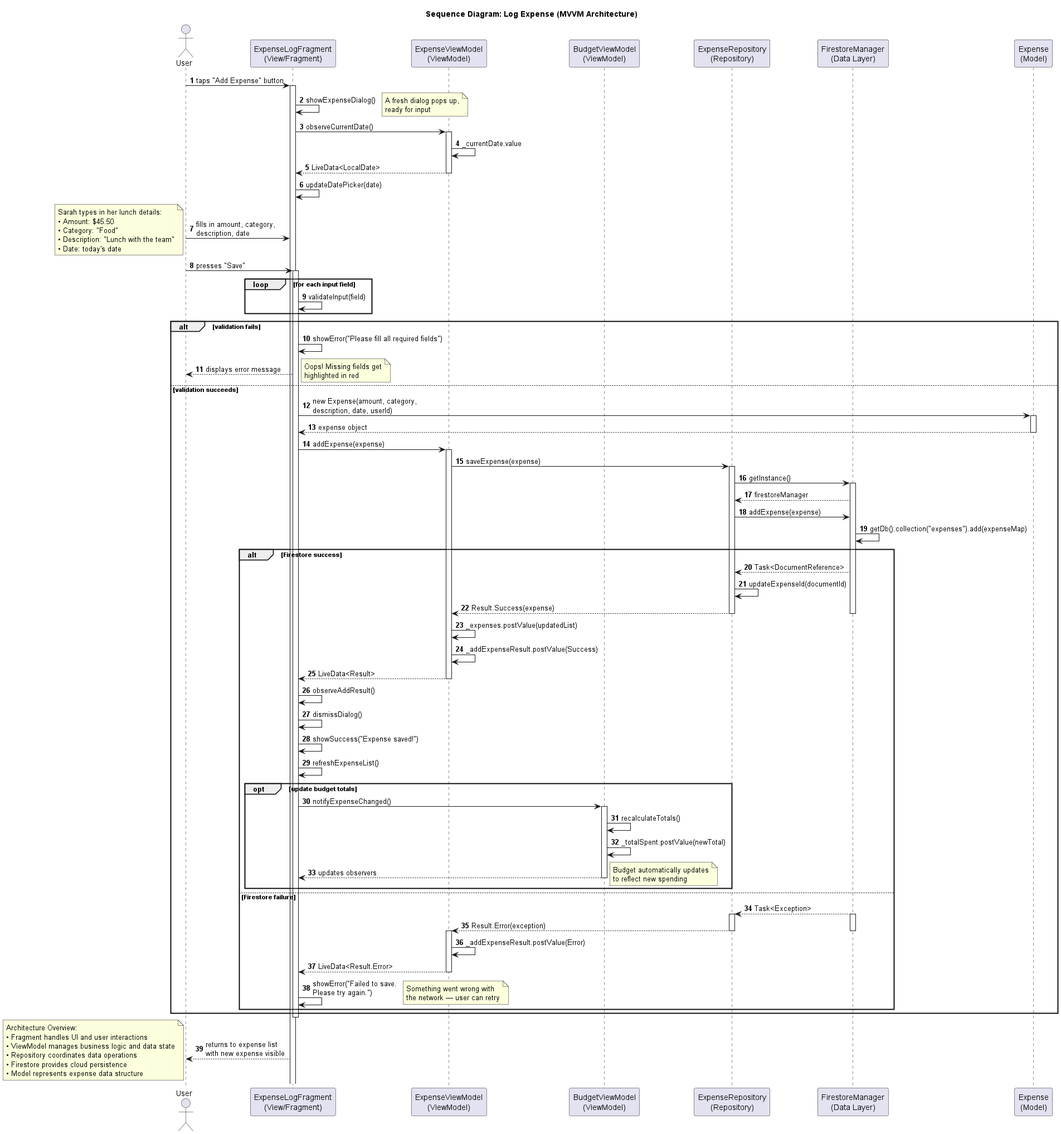
Earlier version of the PlantUML export Project/Sprint0.5-main/docs/sequence/log_expense_sequence.png (jmsherrier/finance-tracker).
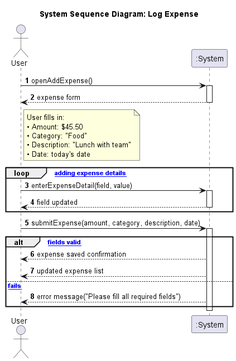
The same file after the commit.

What changed in the source:
```diff
@@ -1,128 +1,45 @@
 @startuml
-title Sequence Diagram: Log Expense (MVVM Architecture)
+title System Sequence Diagram: Log Expense
 autonumber
 
 note top
-    Joseph — Sprint 2
-    Tracking how a lunch expense gets logged in the system
+    System Sequence Diagram for Expense Tracking App
+    Shows user interaction with system as a black box
 end note
 
-actor User
-participant ExpenseLog as "ExpenseLogFragment\n(View/Fragment)"
-participant ExpenseVM as "ExpenseViewModel\n(ViewModel)"
-participant BudgetVM as "BudgetViewModel\n(ViewModel)"
-participant ExpenseRepo as "ExpenseRepository\n(Repository)"
-participant Firestore as "FirestoreManager\n(Data Layer)"
-participant ExpenseModel as "Expense\n(Model)"
+actor "User" as User
+participant ":System" as System
 
-User -> ExpenseLog: taps "Add Expense" button
-activate ExpenseLog
-ExpenseLog -> ExpenseLog: showExpenseDialog()
-note right: A fresh dialog pops up,\nready for input
+User -> System: openAddExpense()
+activate System
+System --> User: expense form
+deactivate System
 
-ExpenseLog -> ExpenseVM: observeCurrentDate()
-activate ExpenseVM
-ExpenseVM -> ExpenseVM: _currentDate.value
-ExpenseVM --> ExpenseLog: LiveData<LocalDate>
-deactivate ExpenseVM
-ExpenseLog -> ExpenseLog: updateDatePicker(date)
-
-User -> ExpenseLog: fills in amount, category,\ndescription, date
-note left
-    Sarah types in her lunch details:
+note right of User
+    User fills in:
     • Amount: $45.50
     • Category: "Food"
-    • Description: "Lunch with the team"
+    • Description: "Lunch with team"
     • Date: today's date
 end note
 
-User -> ExpenseLog: presses "Save"
-activate ExpenseLog
-
-loop for each input field
-    ExpenseLog -> ExpenseLog: validateInput(field)
+loop [while adding expense details]
+    User -> System: enterExpenseDetail(field, value)
+    activate System
+    System --> User: field updated
+    deactivate System
 end
 
-alt validation fails
-    ExpenseLog -> ExpenseLog: showError("Please fill all required fields")
-    ExpenseLog --> User: displays error message
-    note right: Oops! Missing fields get\nhighlighted in red
-else validation succeeds
+User -> System: submitExpense(amount, category, description, date)
+activate System
 
-    ExpenseLog -> ExpenseModel: new Expense(amount, category,\ndescription, date, userId)
-    activate ExpenseModel
-    ExpenseModel --> ExpenseLog: expense object
-    deactivate ExpenseModel
-
-    ExpenseLog -> ExpenseVM: addExpense(expense)
-    activate ExpenseVM
-
-    ExpenseVM -> ExpenseRepo: saveExpense(expense)
-    activate ExpenseRepo
-
-    ExpenseRepo -> Firestore: getInstance()
-    activate Firestore
-    Firestore --> ExpenseRepo: firestoreManager
-
-    ExpenseRepo -> Firestore: addExpense(expense)
-    Firestore -> Firestore: getDb().collection("expenses").add(expenseMap)
-
-    alt Firestore success
-        Firestore --> ExpenseRepo: Task<DocumentReference>
-        ExpenseRepo -> ExpenseRepo: updateExpenseId(documentId)
-        ExpenseRepo --> ExpenseVM: Result.Success(expense)
-        deactivate Firestore
-        deactivate ExpenseRepo
-
-        ExpenseVM -> ExpenseVM: _expenses.postValue(updatedList)
-        ExpenseVM -> ExpenseVM: _addExpenseResult.postValue(Success)
-        ExpenseVM --> ExpenseLog: LiveData<Result>
-        deactivate ExpenseVM
-
-        ExpenseLog -> ExpenseLog: observeAddResult()
-        ExpenseLog -> ExpenseLog: dismissDialog()
-        ExpenseLog -> ExpenseLog: showSuccess("Expense saved!")
-        ExpenseLog -> ExpenseLog: refreshExpenseList()
-
-        opt update budget totals
-            ExpenseLog -> BudgetVM: notifyExpenseChanged()
-            activate BudgetVM
-            BudgetVM -> BudgetVM: recalculateTotals()
-            BudgetVM -> BudgetVM: _totalSpent.postValue(newTotal)
-            BudgetVM --> ExpenseLog: updates observers
-            deactivate BudgetVM
-            note right: Budget automatically updates\nto reflect new spending
-        end
-
-    else Firestore failure
-        Firestore --> ExpenseRepo: Task<Exception>
-        activate Firestore
-        activate ExpenseRepo
-        ExpenseRepo --> ExpenseVM: Result.Error(exception)
-        deactivate Firestore
-        deactivate ExpenseRepo
-        activate ExpenseVM
-        ExpenseVM -> ExpenseVM: _addExpenseResult.postValue(Error)
-        ExpenseVM --> ExpenseLog: LiveData<Result.Error>
-        deactivate ExpenseVM
-
-        ExpenseLog -> ExpenseLog: showError("Failed to save.\nPlease try again.")
-        note right: Something went wrong with\nthe network — user can retry
-    end
-
+alt [all fields valid]
+    System --> User: expense saved confirmation
+    System --> User: updated expense list
+else [validation fails]
+    System --> User: error message("Please fill all required fields")
 end
 
-deactivate ExpenseLog
-
-ExpenseLog --> User: returns to expense list\nwith new expense visible
-
-note bottom
-    Architecture Overview:
-    • Fragment handles UI and user interactions
-    • ViewModel manages business logic and data state
-    • Repository coordinates data operations
-    • Firestore provides cloud persistence
-    • Model represents expense data structure
-end note
+deactivate System
 
 @enduml
```
